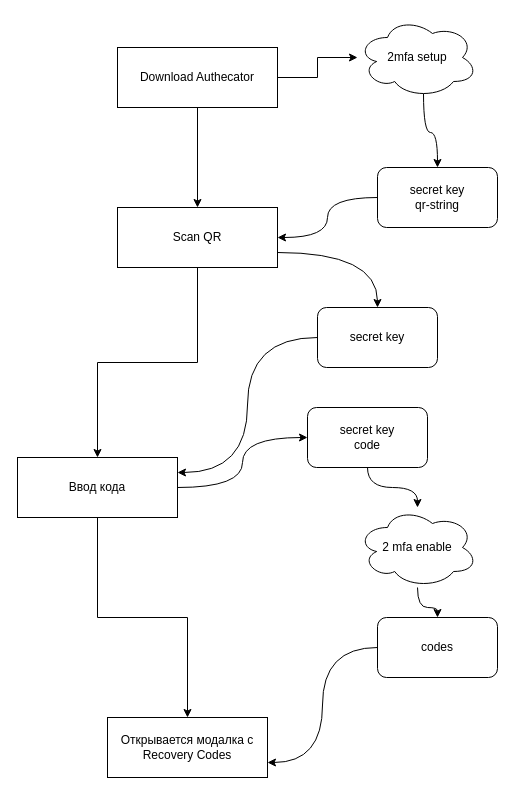
Before: page "flow 2FA" (2 of 2) of NG.drawio in Leonif/diagrams, a draw.io diagram. Source tidied: cells renumbered, new cells numbered last; positions are measured from the earlier drawing's top-left corner, leaving out a move shared by most shapes. Both pictures are drawn from the tidied source at 100%, with x=0, y=0 at pixel (17, 17).
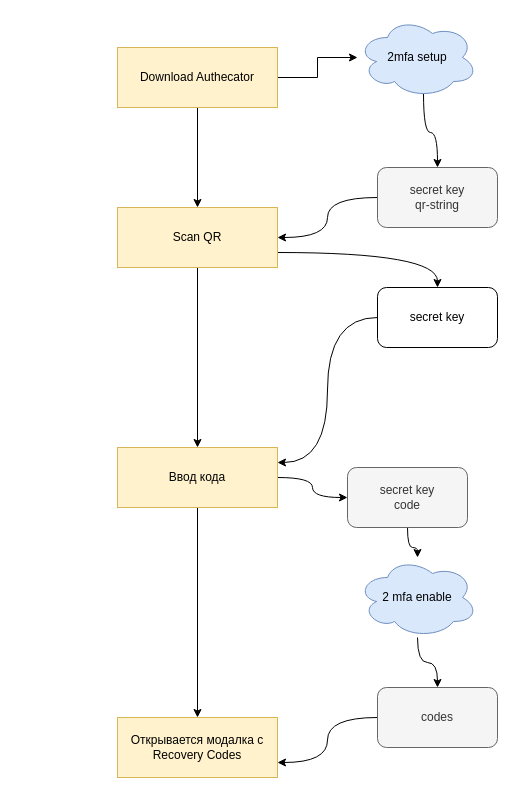
After the change.

Change to the diagram source:
```diff
@@
-    <mxCell id="4" value="Download Authecator" style="rounded=0;whiteSpace=wrap;html=1;" parent="1" vertex="1">
+    <mxCell id="4" value="Download Authecator" style="rounded=0;whiteSpace=wrap;html=1;fillColor=#fff2cc;strokeColor=#d6b656;" parent="1" vertex="1">
       <mxGeometry x="100" y="30" width="160" height="60" as="geometry" />
     </mxCell>
@@
-    <mxCell id="7" value="Scan QR" style="rounded=0;whiteSpace=wrap;html=1;" parent="1" vertex="1">
+    <mxCell id="7" value="Scan QR" style="rounded=0;whiteSpace=wrap;html=1;fillColor=#fff2cc;strokeColor=#d6b656;" parent="1" vertex="1">
       <mxGeometry x="100" y="190" width="160" height="60" as="geometry" />
     </mxCell>
@@
-    <mxCell id="10" value="Ввод кода" style="rounded=0;whiteSpace=wrap;html=1;" parent="1" vertex="1">
-      <mxGeometry y="440" width="160" height="60" as="geometry" />
+    <mxCell id="10" value="Ввод кода" style="rounded=0;whiteSpace=wrap;html=1;fillColor=#fff2cc;strokeColor=#d6b656;" parent="1" vertex="1">
+      <mxGeometry x="100" y="430" width="160" height="60" as="geometry" />
     </mxCell>
-    <mxCell id="11" value="Открывается модалка с Recovery Codes" style="whiteSpace=wrap;html=1;rounded=0;" parent="1" vertex="1">
-      <mxGeometry x="90" y="700" width="160" height="60" as="geometry" />
+    <mxCell id="11" value="Открывается модалка с Recovery Codes" style="whiteSpace=wrap;html=1;rounded=0;fillColor=#fff2cc;strokeColor=#d6b656;" parent="1" vertex="1">
+      <mxGeometry x="100" y="700" width="160" height="60" as="geometry" />
     </mxCell>
@@
-    <mxCell id="13" value="2mfa setup" style="ellipse;shape=cloud;whiteSpace=wrap;html=1;rounded=0;" parent="1" vertex="1">
+    <mxCell id="13" value="2mfa setup" style="ellipse;shape=cloud;whiteSpace=wrap;html=1;rounded=0;fillColor=#dae8fc;strokeColor=#6c8ebf;" parent="1" vertex="1">
       <mxGeometry x="340" width="120" height="80" as="geometry" />
     </mxCell>
@@
-    <mxCell id="15" value="&lt;div&gt;secret key&lt;/div&gt;&lt;div&gt;qr-string&lt;br&gt;&lt;/div&gt;" style="rounded=1;whiteSpace=wrap;html=1;" parent="1" vertex="1">
+    <mxCell id="15" value="&lt;div&gt;secret key&lt;/div&gt;&lt;div&gt;qr-string&lt;br&gt;&lt;/div&gt;" style="rounded=1;whiteSpace=wrap;html=1;fillColor=#f5f5f5;strokeColor=#666666;fontColor=#333333;" parent="1" vertex="1">
       <mxGeometry x="360" y="150" width="120" height="60" as="geometry" />
     </mxCell>
@@
     <mxCell id="17" value="secret key" style="rounded=1;whiteSpace=wrap;html=1;" parent="1" vertex="1">
-      <mxGeometry x="300" y="290" width="120" height="60" as="geometry" />
+      <mxGeometry x="360" y="270" width="120" height="60" as="geometry" />
     </mxCell>
@@
-    <mxCell id="19" value="&lt;div&gt;secret key&lt;/div&gt;&lt;div&gt;code&lt;br&gt;&lt;/div&gt;" style="rounded=1;whiteSpace=wrap;html=1;" parent="1" vertex="1">
-      <mxGeometry x="290" y="390" width="120" height="60" as="geometry" />
+    <mxCell id="19" value="&lt;div&gt;secret key&lt;/div&gt;&lt;div&gt;code&lt;br&gt;&lt;/div&gt;" style="rounded=1;whiteSpace=wrap;html=1;fillColor=#f5f5f5;strokeColor=#666666;fontColor=#333333;" parent="1" vertex="1">
+      <mxGeometry x="330" y="450" width="120" height="60" as="geometry" />
     </mxCell>
@@
-    <mxCell id="21" value="2 mfa enable" style="ellipse;shape=cloud;whiteSpace=wrap;html=1;rounded=1;" parent="1" vertex="1">
-      <mxGeometry x="340" y="490" width="120" height="80" as="geometry" />
+    <mxCell id="21" value="2 mfa enable" style="ellipse;shape=cloud;whiteSpace=wrap;html=1;rounded=1;fillColor=#dae8fc;strokeColor=#6c8ebf;" parent="1" vertex="1">
+      <mxGeometry x="340" y="540" width="120" height="80" as="geometry" />
     </mxCell>
@@
-    <mxCell id="23" value="codes" style="rounded=1;whiteSpace=wrap;html=1;" parent="1" vertex="1">
-      <mxGeometry x="360" y="600" width="120" height="60" as="geometry" />
+    <mxCell id="23" value="codes" style="rounded=1;whiteSpace=wrap;html=1;fillColor=#f5f5f5;strokeColor=#666666;fontColor=#333333;" parent="1" vertex="1">
+      <mxGeometry x="360" y="670" width="120" height="60" as="geometry" />
     </mxCell>
```
